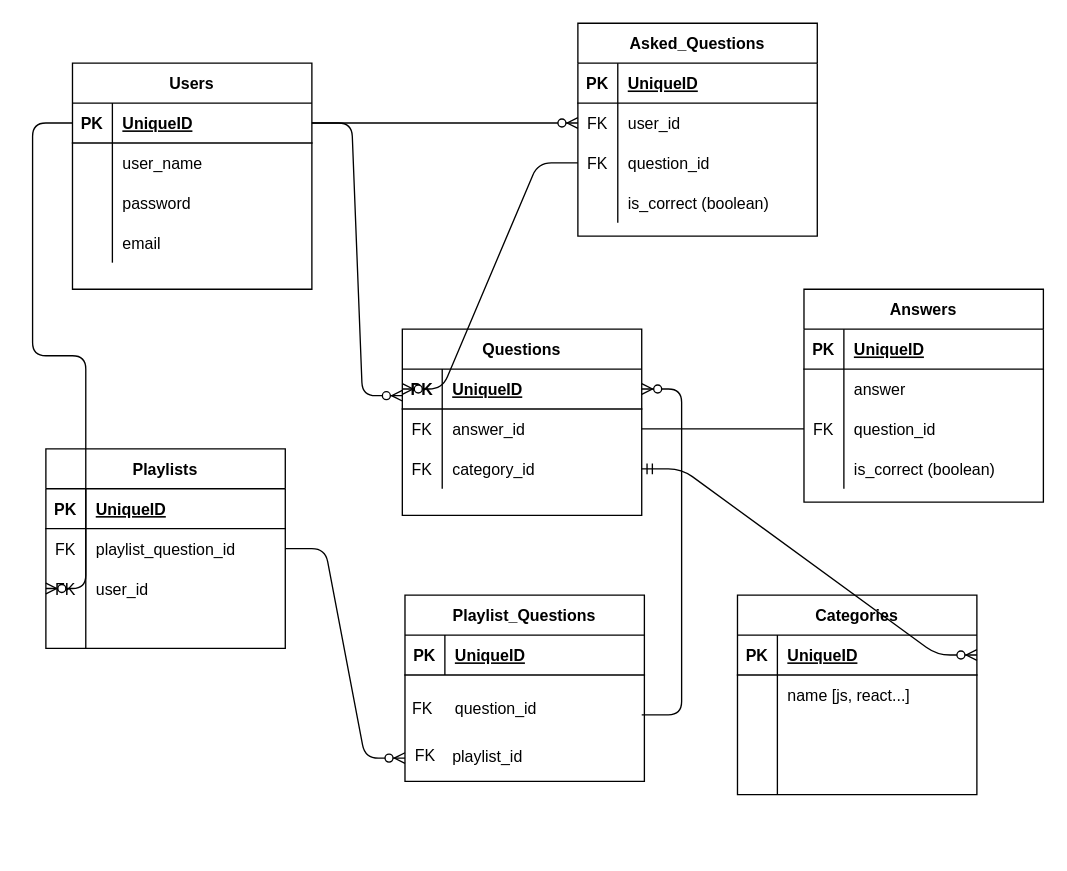
TomFream/LHL-Finals-Project keeps this draw.io diagram as project_planning/Untitled Diagram.drawio. Above is the earlier version. Source tidied: cells renumbered, new cells numbered last; positions are measured from the earlier drawing's top-left corner, leaving out a move shared by most shapes. Both pictures are drawn from the tidied source at 133%, with x=0, y=0 at pixel (45, 23).
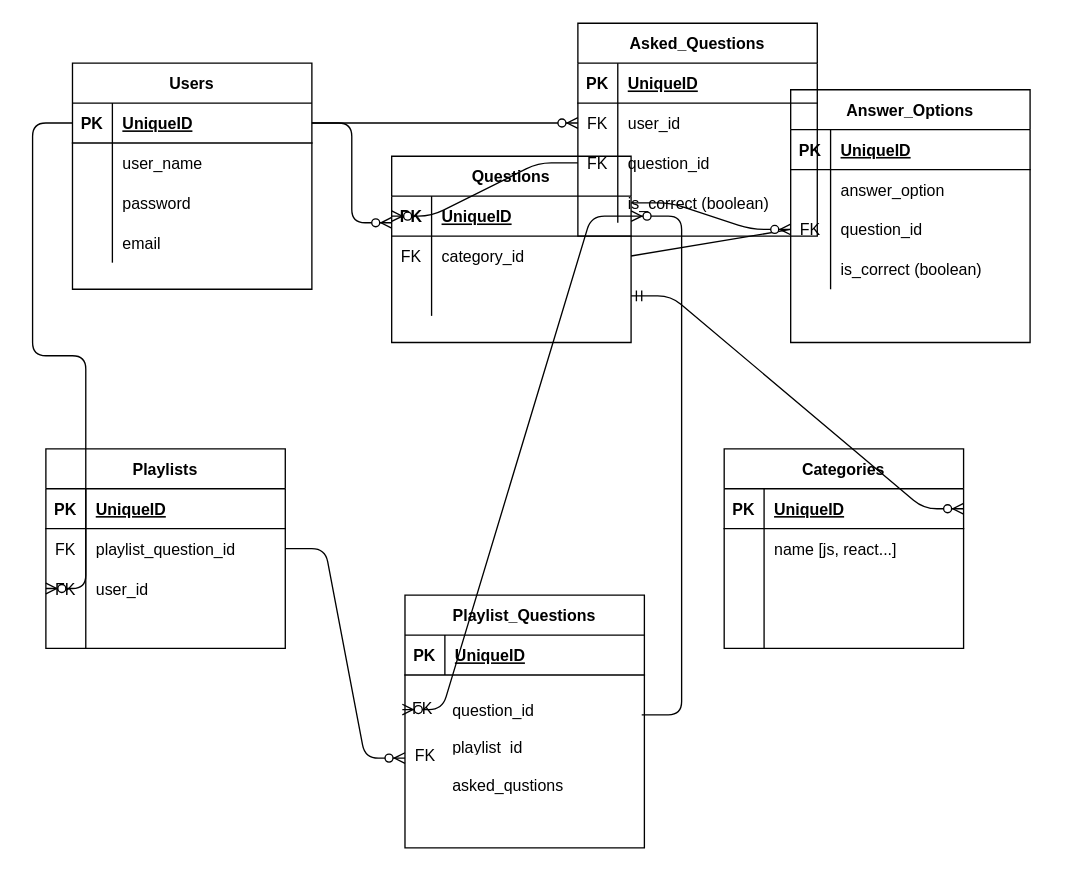
After the change.

Commit message:
merge conflict from master, ERD diagram

The change refers to these unchanged cells:
```xml
<mxCell id="16" style="shape=partialRectangle;fillColor=none;top=0;left=0;bottom=1;right=0;points=[[0,0.5],[1,0.5]];portConstraint=eastwest;" parent="15" vertex="1">
  <mxGeometry y="30" width="180" height="30" as="geometry" />
</mxCell>
<mxCell id="19" style="shape=partialRectangle;fillColor=none;top=0;left=0;bottom=0;right=0;points=[[0,0.5],[1,0.5]];portConstraint=eastwest;" parent="15" vertex="1">
  <mxGeometry y="60" width="180" height="30" as="geometry" />
</mxCell>
<mxCell id="22" style="shape=partialRectangle;fillColor=none;top=0;left=0;bottom=0;right=0;points=[[0,0.5],[1,0.5]];portConstraint=eastwest;" parent="15" vertex="1">
  <mxGeometry y="90" width="180" height="30" as="geometry" />
</mxCell>
<mxCell id="29" style="shape=partialRectangle;fillColor=none;top=0;left=0;bottom=0;right=0;points=[[0,0.5],[1,0.5]];portConstraint=eastwest;" parent="25" vertex="1">
  <mxGeometry y="60" width="180" height="30" as="geometry" />
</mxCell>
<mxCell id="40" style="shape=partialRectangle;fillColor=none;top=0;left=0;bottom=1;right=0;points=[[0,0.5],[1,0.5]];portConstraint=eastwest;" parent="39" vertex="1">
  <mxGeometry y="30" width="180" height="30" as="geometry" />
</mxCell>
<mxCell id="62" style="shape=partialRectangle;fillColor=none;top=0;left=0;bottom=0;right=0;" parent="58" vertex="1">
  <mxGeometry y="60" width="180" height="30" as="geometry" />
</mxCell>
<mxCell id="65" style="shape=partialRectangle;fillColor=none;top=0;left=0;bottom=0;right=0;points=[[0,0.5],[1,0.5]];portConstraint=eastwest;" parent="58" vertex="1">
  <mxGeometry y="90" width="180" height="30" as="geometry" />
</mxCell>
<mxCell id="87" value="FK" style="text;html=1;align=center;verticalAlign=middle;points=[];" parent="1" vertex="1">
  <mxGeometry x="268" y="506" width="30" height="20" as="geometry" />
</mxCell>
<mxCell id="88" value="FK" style="text;html=1;align=center;verticalAlign=middle;points=[];" parent="1" vertex="1">
  <mxGeometry x="270" y="541" width="30" height="20" as="geometry" />
</mxCell>
```

What changed in the source:
```diff
@@
     <mxCell id="15" value="Questions" style="shape=table;startSize=30;childLayout=tableLayout;rowLines=0;fontStyle=1;align=center;" parent="1" vertex="1">
-      <mxGeometry x="268" y="230" width="180" height="140" as="geometry" />
+      <mxGeometry x="260" y="100" width="180" height="140" as="geometry" />
     </mxCell>
@@
-    <mxCell id="21" value="answer_id" style="shape=partialRectangle;fillColor=none;top=0;left=0;bottom=0;right=0;align=left;spacingLeft=6;overflow=hidden;" parent="19" vertex="1">
+    <mxCell id="21" value="category_id" style="shape=partialRectangle;fillColor=none;top=0;left=0;bottom=0;right=0;align=left;spacingLeft=6;overflow=hidden;" parent="19" vertex="1">
       <mxGeometry x="30" width="150" height="30" as="geometry" />
     </mxCell>
@@
-    <mxCell id="23" value="FK" style="shape=partialRectangle;fillColor=none;top=0;left=0;bottom=0;right=0;overflow=hidden;" parent="22" vertex="1">
+    <mxCell id="23" style="shape=partialRectangle;fillColor=none;top=0;left=0;bottom=0;right=0;overflow=hidden;" parent="22" vertex="1">
       <mxGeometry width="30" height="30" as="geometry" />
     </mxCell>
-    <mxCell id="24" value="category_id" style="shape=partialRectangle;fillColor=none;top=0;left=0;bottom=0;right=0;align=left;spacingLeft=6;overflow=hidden;" parent="22" vertex="1">
+    <mxCell id="24" style="shape=partialRectangle;fillColor=none;top=0;left=0;bottom=0;right=0;align=left;spacingLeft=6;overflow=hidden;" parent="22" vertex="1">
       <mxGeometry x="30" width="150" height="30" as="geometry" />
     </mxCell>
@@
     <mxCell id="39" value="Categories" style="shape=table;startSize=30;childLayout=tableLayout;rowLines=0;fontStyle=1;align=center;" parent="1" vertex="1">
-      <mxGeometry x="520" y="430" width="180" height="150" as="geometry" />
+      <mxGeometry x="510" y="320" width="180" height="150" as="geometry" />
     </mxCell>
@@
+    <mxCell id="53" style="edgeStyle=entityRelationEdgeStyle;fontSize=12;html=1;endArrow=ERzeroToMany;startArrow=ERmandOne;entryX=1;entryY=0.5;entryDx=0;entryDy=0;exitX=1;exitY=0.5;exitDx=0;exitDy=0;" parent="1" edge="1" source="22" target="40">
+      <mxGeometry relative="1" as="geometry" />
+    </mxCell>
@@
-    <mxCell id="53" style="edgeStyle=entityRelationEdgeStyle;fontSize=12;html=1;endArrow=ERzeroToMany;startArrow=ERmandOne;entryX=1;entryY=0.5;entryDx=0;entryDy=0;exitX=1;exitY=0.5;exitDx=0;exitDy=0;" parent="1" edge="1" source="22" target="40">
-      <mxGeometry relative="1" as="geometry" />
-    </mxCell>
     <mxCell id="54" value="Playlist_Questions" style="shape=table;startSize=30;childLayout=tableLayout;rowLines=0;fontStyle=1;align=center;" parent="1" vertex="1">
-      <mxGeometry x="270" y="430" width="180" height="140" as="geometry" />
+      <mxGeometry x="270" y="430" width="180" height="190" as="geometry" />
     </mxCell>
@@
-    <mxCell id="58" value="Answers" style="shape=table;startSize=30;childLayout=tableLayout;rowLines=0;fontStyle=1;align=center;" parent="1" vertex="1">
-      <mxGeometry x="570" y="200" width="180" height="160" as="geometry" />
+    <mxCell id="58" value="Answer_Options" style="shape=table;startSize=30;childLayout=tableLayout;rowLines=0;fontStyle=1;align=center;" parent="1" vertex="1">
+      <mxGeometry x="560" y="50" width="180" height="190" as="geometry" />
     </mxCell>
@@
-    <mxCell id="64" value="answer" style="shape=partialRectangle;fillColor=none;top=0;left=0;bottom=0;right=0;align=left;spacingLeft=6;overflow=hidden;" parent="62" vertex="1">
+    <mxCell id="64" value="answer_option" style="shape=partialRectangle;fillColor=none;top=0;left=0;bottom=0;right=0;align=left;spacingLeft=6;overflow=hidden;" parent="62" vertex="1">
       <mxGeometry x="30" width="150" height="30" as="geometry" />
     </mxCell>
@@
+    <mxCell id="84" style="edgeStyle=entityRelationEdgeStyle;fontSize=12;html=1;endArrow=ERzeroToMany;endFill=1;exitX=1;exitY=0.5;exitDx=0;exitDy=0;entryX=0;entryY=0.667;entryDx=0;entryDy=0;entryPerimeter=0;" parent="1" edge="1" source="29">
+      <mxGeometry relative="1" as="geometry">
+        <mxPoint x="270" y="552.5" as="targetPoint" />
+      </mxGeometry>
+    </mxCell>
@@
-    <mxCell id="84" style="edgeStyle=entityRelationEdgeStyle;fontSize=12;html=1;endArrow=ERzeroToMany;endFill=1;exitX=1;exitY=0.5;exitDx=0;exitDy=0;entryX=0;entryY=0.667;entryDx=0;entryDy=0;entryPerimeter=0;" parent="1" edge="1" source="29">
-      <mxGeometry relative="1" as="geometry">
-        <mxPoint x="270" y="552.5" as="targetPoint" />
-      </mxGeometry>
-    </mxCell>
     <mxCell id="85" value="question_id" style="shape=partialRectangle;fillColor=none;top=0;left=0;bottom=0;right=0;align=left;spacingLeft=6;overflow=hidden;" parent="1" vertex="1">
-      <mxGeometry x="300" y="500" width="150" height="30" as="geometry" />
+      <mxGeometry x="298" y="501" width="150" height="30" as="geometry" />
     </mxCell>
     <mxCell id="86" value="playlist_id" style="shape=partialRectangle;fillColor=none;top=0;left=0;bottom=0;right=0;align=left;spacingLeft=6;overflow=hidden;" parent="1" vertex="1">
-      <mxGeometry x="298" y="536" width="150" height="30" as="geometry" />
+      <mxGeometry x="298" y="536" width="150" height="14" as="geometry" />
     </mxCell>
@@
+    <mxCell id="92" style="edgeStyle=none;rounded=0;orthogonalLoop=1;jettySize=auto;html=1;entryX=0.033;entryY=0.9;entryDx=0;entryDy=0;entryPerimeter=0;" parent="1" edge="1" source="88" target="88">
+      <mxGeometry relative="1" as="geometry" />
+    </mxCell>
@@
+    <mxCell id="94" value="asked_qustions" style="shape=partialRectangle;fillColor=none;top=0;left=0;bottom=0;right=0;align=left;spacingLeft=6;overflow=hidden;" parent="1" vertex="1">
+      <mxGeometry x="298" y="561" width="150" height="24" as="geometry" />
+    </mxCell>
+    <mxCell id="93" style="edgeStyle=entityRelationEdgeStyle;fontSize=12;html=1;endArrow=ERzeroToMany;endFill=1;" parent="1" edge="1" target="16">
+      <mxGeometry relative="1" as="geometry">
+        <mxPoint x="448" y="520" as="sourcePoint" />
+      </mxGeometry>
+    </mxCell>
@@
+    <mxCell id="95" style="edgeStyle=entityRelationEdgeStyle;fontSize=12;html=1;endArrow=ERzeroToMany;endFill=1;exitX=1;exitY=0.5;exitDx=0;exitDy=0;entryX=0;entryY=0.5;entryDx=0;entryDy=0;entryPerimeter=0;" parent="1" edge="1" source="16" target="87">
+      <mxGeometry relative="1" as="geometry" />
+    </mxCell>
@@
-    <mxCell id="92" style="edgeStyle=none;rounded=0;orthogonalLoop=1;jettySize=auto;html=1;entryX=0.033;entryY=0.9;entryDx=0;entryDy=0;entryPerimeter=0;" parent="1" edge="1" source="88" target="88">
-      <mxGeometry relative="1" as="geometry" />
-    </mxCell>
-    <mxCell id="93" style="edgeStyle=entityRelationEdgeStyle;fontSize=12;html=1;endArrow=ERzeroToMany;endFill=1;" parent="1" edge="1" target="16">
-      <mxGeometry relative="1" as="geometry">
-        <mxPoint x="448" y="520" as="sourcePoint" />
-      </mxGeometry>
-    </mxCell>
+    <mxCell id="96" style="edgeStyle=entityRelationEdgeStyle;fontSize=12;html=1;endArrow=ERzeroToMany;endFill=1;exitX=1;exitY=0.167;exitDx=0;exitDy=0;entryX=0;entryY=0.5;entryDx=0;entryDy=0;exitPerimeter=0;" parent="1" edge="1" source="16" target="65">
+      <mxGeometry relative="1" as="geometry" />
+    </mxCell>
```
